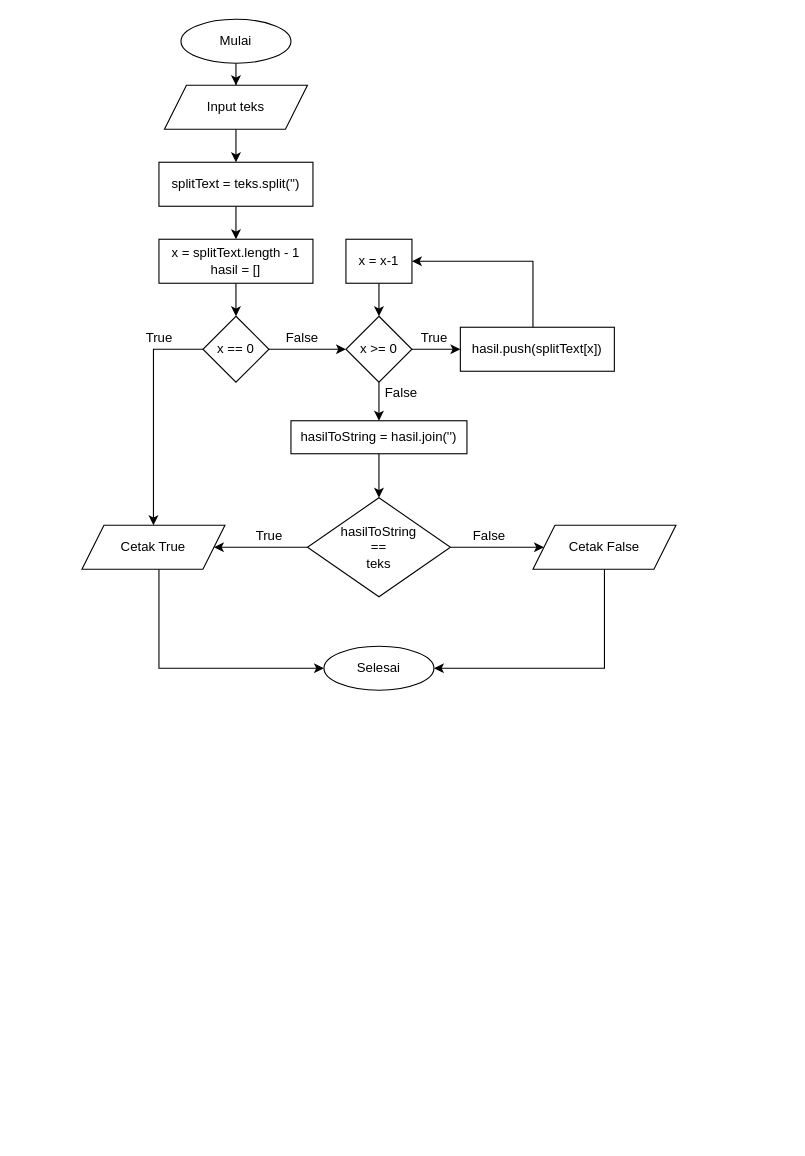
The draw.io diagram page "Palindrom" (1 of 4) of Tugas 2/reverse dan palindrom.drawio in taufik17/Pijar_Camp, before the edit. Source tidied: cells renumbered, new cells numbered last; positions are measured from the earlier drawing's top-left corner, leaving out a move shared by most shapes. Both pictures are drawn from the tidied source at 110%, with x=0, y=0 at pixel (81, 19).
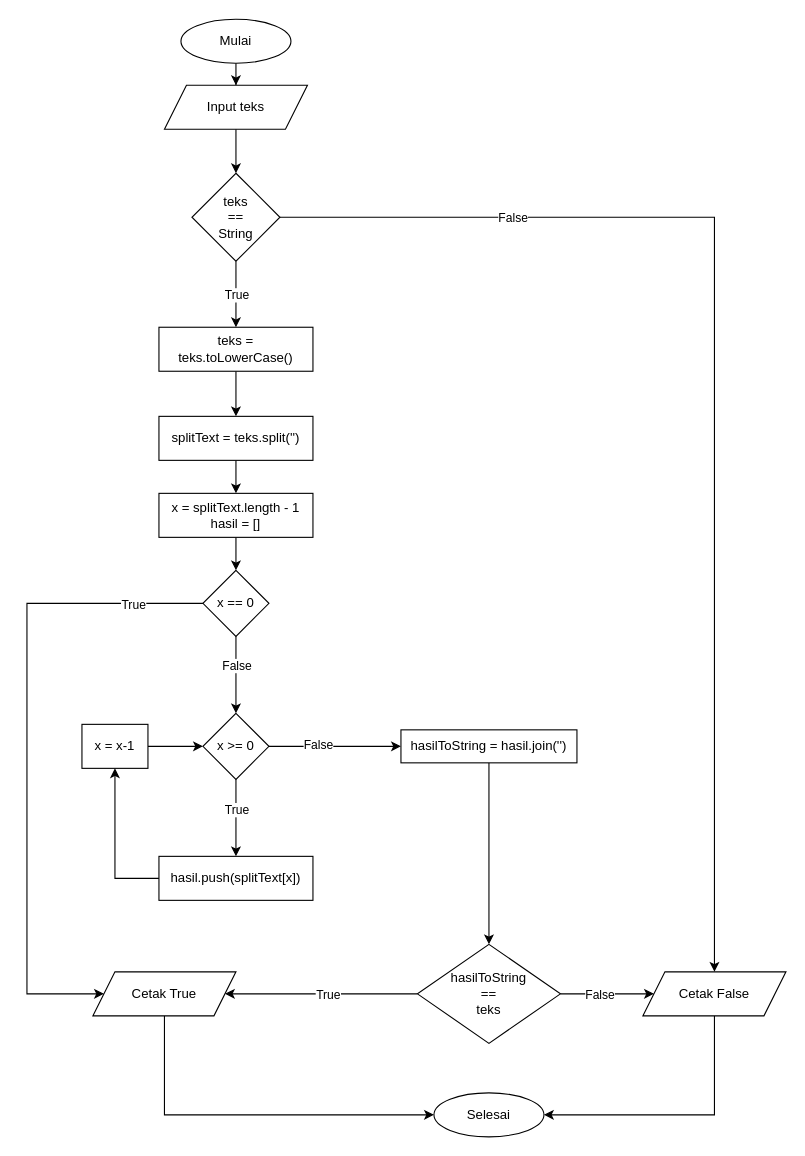
Above is the later version.

The change refers to these unchanged cells:
```xml
<mxCell id="6" value="Input teks" style="shape=parallelogram;perimeter=parallelogramPerimeter;whiteSpace=wrap;html=1;fixedSize=1;" parent="1" vertex="1">
  <mxGeometry x="75" y="60" width="130" height="40" as="geometry" />
</mxCell>
<mxCell id="16" style="edgeStyle=orthogonalEdgeStyle;rounded=0;jettySize=auto;html=1;" parent="1" edge="1" source="17" target="20">
  <mxGeometry relative="1" as="geometry" />
</mxCell>
<mxCell id="18" style="edgeStyle=orthogonalEdgeStyle;rounded=0;jettySize=auto;html=1;" parent="1" edge="1" source="20" target="24">
  <mxGeometry relative="1" as="geometry" />
</mxCell>
<mxCell id="19" style="edgeStyle=orthogonalEdgeStyle;rounded=0;jettySize=auto;html=1;" parent="1" edge="1" source="20" target="29">
  <mxGeometry relative="1" as="geometry" />
</mxCell>
<mxCell id="30" style="edgeStyle=orthogonalEdgeStyle;rounded=0;jettySize=auto;html=1;" parent="1" edge="1" source="32" target="12">
  <mxGeometry relative="1" as="geometry" />
</mxCell>
<mxCell id="31" style="edgeStyle=orthogonalEdgeStyle;rounded=0;jettySize=auto;html=1;" parent="1" edge="1" source="32" target="14">
  <mxGeometry relative="1" as="geometry" />
</mxCell>
```

The edit, as a diff of the source:
```diff
@@
     <mxCell id="4" value="Selesai" style="ellipse;whiteSpace=wrap;html=1;" parent="1" vertex="1">
-      <mxGeometry x="220" y="570" width="100" height="40" as="geometry" />
+      <mxGeometry x="320" y="976" width="100" height="40" as="geometry" />
     </mxCell>
-    <mxCell id="5" style="edgeStyle=orthogonalEdgeStyle;rounded=0;jettySize=auto;html=1;" parent="1" edge="1" source="6" target="8">
-      <mxGeometry relative="1" as="geometry" />
-    </mxCell>
+    <mxCell id="36" style="edgeStyle=orthogonalEdgeStyle;rounded=0;jettySize=auto;html=1;" parent="1" edge="1" source="6" target="49">
+      <mxGeometry relative="1" as="geometry" />
+    </mxCell>
@@
     <mxCell id="8" value="splitText = teks.split('')" style="rounded=0;whiteSpace=wrap;html=1;" parent="1" vertex="1">
-      <mxGeometry x="70" y="130" width="140" height="40" as="geometry" />
+      <mxGeometry x="70" y="361" width="140" height="40" as="geometry" />
     </mxCell>
@@
     <mxCell id="10" value="x = splitText.length - 1&lt;br&gt;hasil = []" style="rounded=0;whiteSpace=wrap;html=1;" parent="1" vertex="1">
-      <mxGeometry x="70" y="200" width="140" height="40" as="geometry" />
+      <mxGeometry x="70" y="431" width="140" height="40" as="geometry" />
     </mxCell>
     <mxCell id="11" style="edgeStyle=orthogonalEdgeStyle;rounded=0;jettySize=auto;html=1;" parent="1" edge="1" source="12" target="4">
       <mxGeometry relative="1" as="geometry">
         <Array as="points">
-          <mxPoint x="70" y="590" />
+          <mxPoint x="75" y="996" />
         </Array>
       </mxGeometry>
     </mxCell>
     <mxCell id="12" value="Cetak True" style="shape=parallelogram;perimeter=parallelogramPerimeter;whiteSpace=wrap;html=1;fixedSize=1;" parent="1" vertex="1">
-      <mxGeometry y="460" width="130" height="40" as="geometry" />
+      <mxGeometry x="10" y="866" width="130" height="40" as="geometry" />
     </mxCell>
     <mxCell id="13" style="edgeStyle=orthogonalEdgeStyle;rounded=0;jettySize=auto;html=1;" parent="1" edge="1" source="14" target="4">
       <mxGeometry relative="1" as="geometry">
         <Array as="points">
-          <mxPoint x="475" y="590" />
+          <mxPoint x="575" y="996" />
         </Array>
       </mxGeometry>
     </mxCell>
     <mxCell id="14" value="Cetak False" style="shape=parallelogram;perimeter=parallelogramPerimeter;whiteSpace=wrap;html=1;fixedSize=1;" parent="1" vertex="1">
-      <mxGeometry x="410" y="460" width="130" height="40" as="geometry" />
+      <mxGeometry x="510" y="866" width="130" height="40" as="geometry" />
     </mxCell>
     <mxCell id="15" style="edgeStyle=orthogonalEdgeStyle;rounded=0;jettySize=auto;html=1;" parent="1" edge="1" source="17" target="12">
       <mxGeometry relative="1" as="geometry">
         <Array as="points">
-          <mxPoint x="65" y="300" />
+          <mxPoint x="-50" y="531" />
         </Array>
       </mxGeometry>
     </mxCell>
+    <mxCell id="37" value="True" style="edgeLabel;html=1;align=center;verticalAlign=middle;" parent="15" vertex="1">
+      <mxGeometry x="-0.78" y="1" relative="1" as="geometry" />
+    </mxCell>
@@
+    <mxCell id="38" value="False" style="edgeLabel;html=1;align=center;verticalAlign=middle;" parent="16" vertex="1">
+      <mxGeometry x="-0.27" relative="1" as="geometry" />
+    </mxCell>
     <mxCell id="17" value="x == 0" style="rhombus;whiteSpace=wrap;html=1;" parent="1" vertex="1">
-      <mxGeometry x="110" y="270" width="60" height="60" as="geometry" />
+      <mxGeometry x="110" y="501" width="60" height="60" as="geometry" />
     </mxCell>
@@
+    <mxCell id="39" value="True" style="edgeLabel;html=1;align=center;verticalAlign=middle;" parent="18" vertex="1">
+      <mxGeometry x="-0.23" relative="1" as="geometry" />
+    </mxCell>
@@
+    <mxCell id="40" value="False" style="edgeLabel;html=1;align=center;verticalAlign=middle;" parent="19" vertex="1">
+      <mxGeometry x="-0.26" y="2" relative="1" as="geometry" />
+    </mxCell>
     <mxCell id="20" value="x &amp;gt;= 0" style="rhombus;whiteSpace=wrap;html=1;" parent="1" vertex="1">
-      <mxGeometry x="240" y="270" width="60" height="60" as="geometry" />
+      <mxGeometry x="110" y="631" width="60" height="60" as="geometry" />
     </mxCell>
-    <mxCell id="21" value="True" style="text;html=1;align=center;verticalAlign=middle;strokeColor=none;fillColor=none;" parent="1" vertex="1">
-      <mxGeometry x="50" y="280" width="40" height="20" as="geometry" />
-    </mxCell>
-    <mxCell id="22" value="False" style="text;html=1;align=center;verticalAlign=middle;strokeColor=none;fillColor=none;" parent="1" vertex="1">
-      <mxGeometry x="180" y="280" width="40" height="20" as="geometry" />
-    </mxCell>
-    <mxCell id="23" style="edgeStyle=orthogonalEdgeStyle;rounded=0;jettySize=auto;html=1;" parent="1" edge="1" source="24" target="26">
-      <mxGeometry relative="1" as="geometry">
-        <Array as="points">
-          <mxPoint x="410" y="220" />
-        </Array>
-      </mxGeometry>
+    <mxCell id="23" style="edgeStyle=orthogonalEdgeStyle;rounded=0;jettySize=auto;html=1;entryX=0.5;entryY=1;entryDx=0;entryDy=0;" parent="1" edge="1" source="24" target="26">
+      <mxGeometry relative="1" as="geometry" />
     </mxCell>
     <mxCell id="24" value="hasil.push(splitText[x])" style="rounded=0;whiteSpace=wrap;html=1;" parent="1" vertex="1">
-      <mxGeometry x="344" y="280" width="140" height="40" as="geometry" />
+      <mxGeometry x="70" y="761" width="140" height="40" as="geometry" />
     </mxCell>
@@
     <mxCell id="26" value="x = x-1" style="rounded=0;whiteSpace=wrap;html=1;" parent="1" vertex="1">
-      <mxGeometry x="240" y="200" width="60" height="40" as="geometry" />
+      <mxGeometry y="641" width="60" height="40" as="geometry" />
     </mxCell>
-    <mxCell id="27" value="True" style="text;html=1;align=center;verticalAlign=middle;strokeColor=none;fillColor=none;" parent="1" vertex="1">
-      <mxGeometry x="300" y="280" width="40" height="20" as="geometry" />
-    </mxCell>
@@
     <mxCell id="29" value="hasilToString = hasil.join('')" style="whiteSpace=wrap;html=1;" parent="1" vertex="1">
-      <mxGeometry x="190" y="365" width="160" height="30" as="geometry" />
+      <mxGeometry x="290" y="646" width="160" height="30" as="geometry" />
     </mxCell>
@@
+    <mxCell id="41" value="True" style="edgeLabel;html=1;align=center;verticalAlign=middle;" parent="30" vertex="1">
+      <mxGeometry x="-0.06" relative="1" as="geometry" />
+    </mxCell>
@@
+    <mxCell id="42" value="False" style="edgeLabel;html=1;align=center;verticalAlign=middle;" parent="31" vertex="1">
+      <mxGeometry x="-0.18" relative="1" as="geometry" />
+    </mxCell>
     <mxCell id="32" value="hasilToString&lt;br&gt;==&lt;br&gt;teks" style="rhombus;whiteSpace=wrap;html=1;" parent="1" vertex="1">
-      <mxGeometry x="205" y="435" width="130" height="90" as="geometry" />
+      <mxGeometry x="305" y="841" width="130" height="90" as="geometry" />
     </mxCell>
-    <mxCell id="33" value="True" style="text;html=1;align=center;verticalAlign=middle;strokeColor=none;fillColor=none;" parent="1" vertex="1">
-      <mxGeometry x="150" y="460" width="40" height="20" as="geometry" />
-    </mxCell>
-    <mxCell id="34" value="False" style="text;html=1;align=center;verticalAlign=middle;strokeColor=none;fillColor=none;" parent="1" vertex="1">
-      <mxGeometry x="350" y="460" width="40" height="20" as="geometry" />
-    </mxCell>
-    <mxCell id="35" value="False" style="text;html=1;align=center;verticalAlign=middle;strokeColor=none;fillColor=none;" parent="1" vertex="1">
-      <mxGeometry x="270" y="330" width="40" height="20" as="geometry" />
-    </mxCell>
+    <mxCell id="43" style="edgeStyle=orthogonalEdgeStyle;rounded=0;jettySize=auto;html=1;entryX=0.5;entryY=0;entryDx=0;entryDy=0;" parent="1" edge="1" source="44" target="8">
+      <mxGeometry relative="1" as="geometry" />
+    </mxCell>
+    <mxCell id="44" value="teks = teks.toLowerCase()" style="rounded=0;whiteSpace=wrap;html=1;" parent="1" vertex="1">
+      <mxGeometry x="70" y="280" width="140" height="40" as="geometry" />
+    </mxCell>
+    <mxCell id="45" style="edgeStyle=orthogonalEdgeStyle;rounded=0;jettySize=auto;html=1;exitX=0.5;exitY=1;exitDx=0;exitDy=0;entryX=0.5;entryY=0;entryDx=0;entryDy=0;" parent="1" edge="1" source="49" target="44">
+      <mxGeometry relative="1" as="geometry" />
+    </mxCell>
+    <mxCell id="46" value="True" style="edgeLabel;html=1;align=center;verticalAlign=middle;" parent="45" vertex="1">
+      <mxGeometry x="-0.36" relative="1" as="geometry">
+        <mxPoint y="11" as="offset" />
+      </mxGeometry>
+    </mxCell>
+    <mxCell id="47" style="edgeStyle=orthogonalEdgeStyle;rounded=0;jettySize=auto;html=1;" parent="1" edge="1" source="49" target="14">
+      <mxGeometry relative="1" as="geometry" />
+    </mxCell>
+    <mxCell id="48" value="False" style="edgeLabel;html=1;align=center;verticalAlign=middle;" parent="47" vertex="1">
+      <mxGeometry x="-0.61" relative="1" as="geometry" />
+    </mxCell>
+    <mxCell id="49" value="teks&lt;br&gt;== &lt;br&gt;String" style="rhombus;whiteSpace=wrap;html=1;" parent="1" vertex="1">
+      <mxGeometry x="100" y="140" width="80" height="80" as="geometry" />
+    </mxCell>
```
